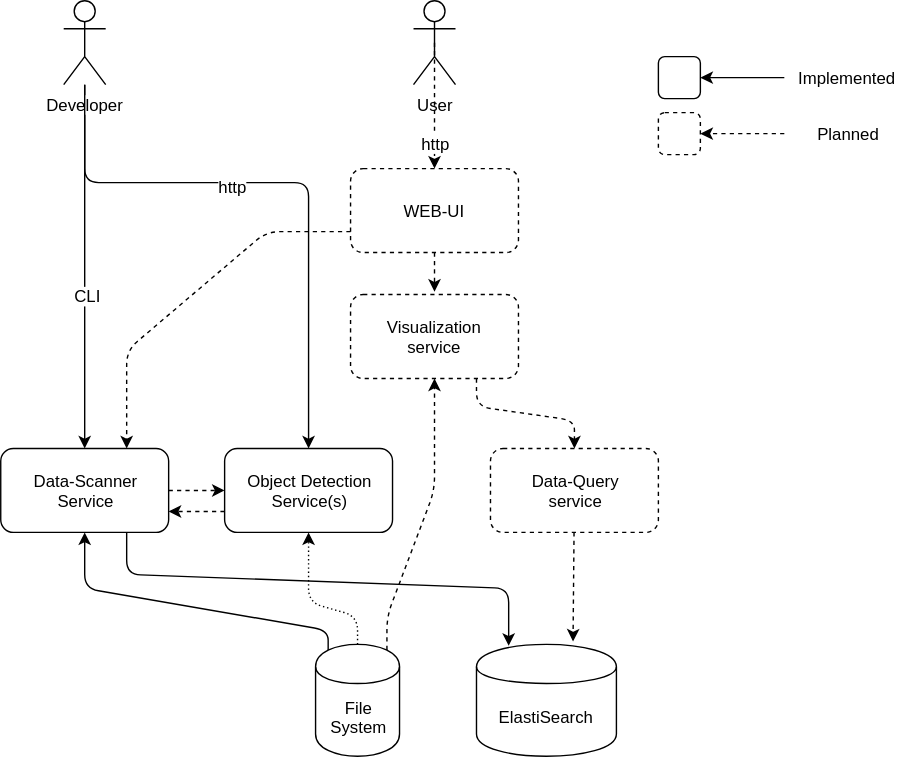
Above: docs/architecture-01.svg in jveverka/data-lab (draw.io), before the change. Source tidied: cells renumbered, new cells last; positions are measured from the earlier drawing's top-left corner, leaving out a move shared by most shapes.
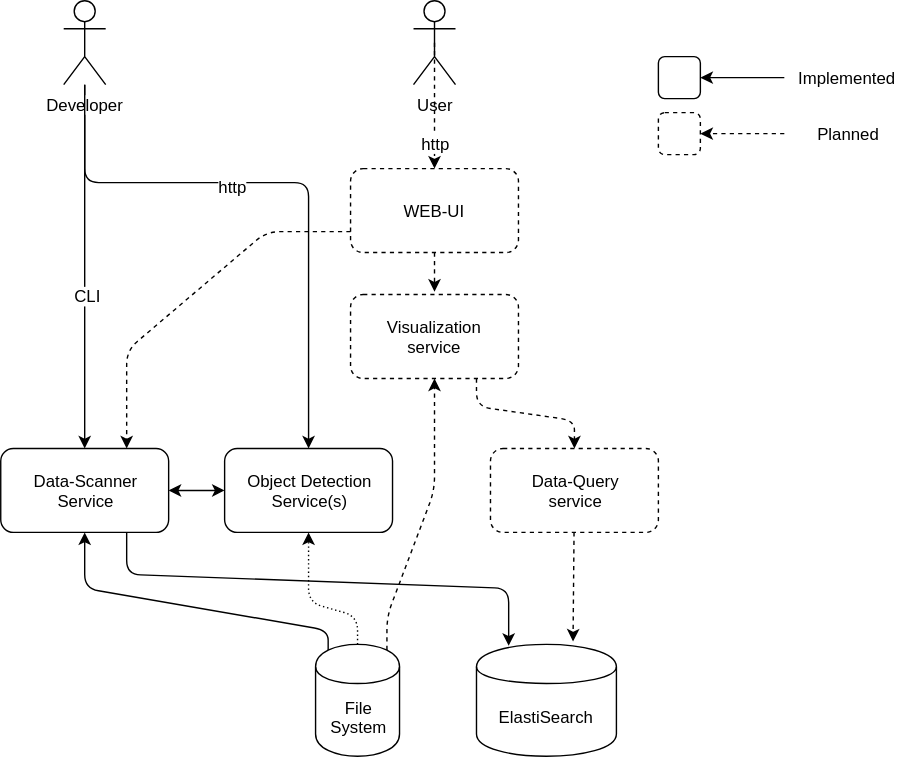
The same file after the commit.

Diff of the diagram source:
```diff
@@ -56,9 +56,6 @@
     <mxCell id="14" value="Object Detection&lt;br&gt;Service(s)" style="rounded=1;whiteSpace=wrap;html=1;" parent="1" vertex="1">
       <mxGeometry x="160" y="320" width="120" height="60" as="geometry" />
     </mxCell>
-    <mxCell id="15" style="endArrow=classic;html=1;entryX=0;entryY=0.5;entryDx=0;entryDy=0;exitX=1;exitY=0.5;exitDx=0;exitDy=0;dashed=1;" parent="1" edge="1" source="2" target="14">
-      <mxGeometry relative="1" as="geometry" />
-    </mxCell>
     <mxCell id="16" value="User" style="shape=umlActor;verticalLabelPosition=bottom;labelBackgroundColor=#ffffff;verticalAlign=top;html=1;" parent="1" vertex="1">
       <mxGeometry x="295" width="30" height="60" as="geometry" />
     </mxCell>
@@ -94,7 +91,7 @@
         </Array>
       </mxGeometry>
     </mxCell>
-    <mxCell id="23" style="endArrow=classic;html=1;entryX=1;entryY=0.75;entryDx=0;entryDy=0;exitX=0;exitY=0.75;exitDx=0;exitDy=0;dashed=1;" parent="1" edge="1" source="14" target="2">
+    <mxCell id="23" style="endArrow=classic;html=1;entryX=1;entryY=0.5;entryDx=0;entryDy=0;exitX=0;exitY=0.5;exitDx=0;exitDy=0;startArrow=classic;startFill=1;" parent="1" edge="1" source="14" target="2">
       <mxGeometry relative="1" as="geometry" />
     </mxCell>
     <mxCell id="24" style="endArrow=classic;html=1;entryX=0.5;entryY=0;entryDx=0;entryDy=0;" parent="1" edge="1" target="14">
```
